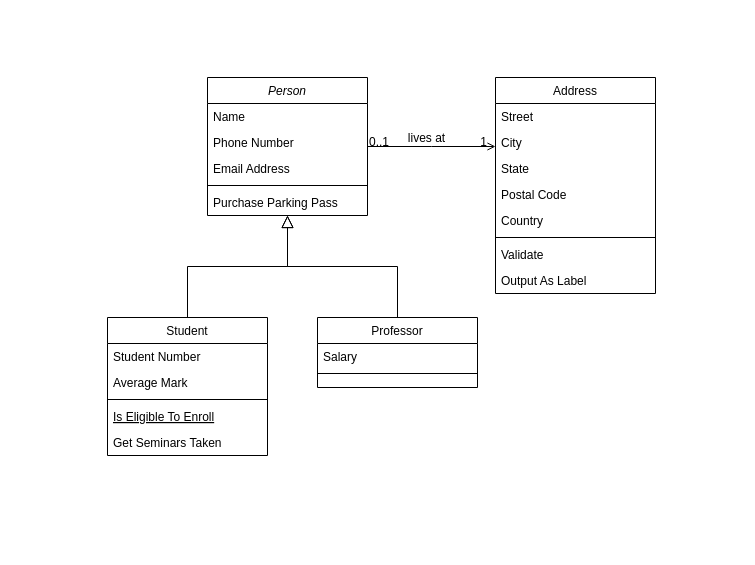
Jregal2023/Python-220 keeps this draw.io diagram as Untitled Diagram.drawio. Above is the earlier version. Source tidied: cells renumbered, new cells numbered last; positions are measured from the earlier drawing's top-left corner, leaving out a move shared by most shapes. Both pictures are drawn from the tidied source at 100%, with x=0, y=0 at pixel (107, 77).
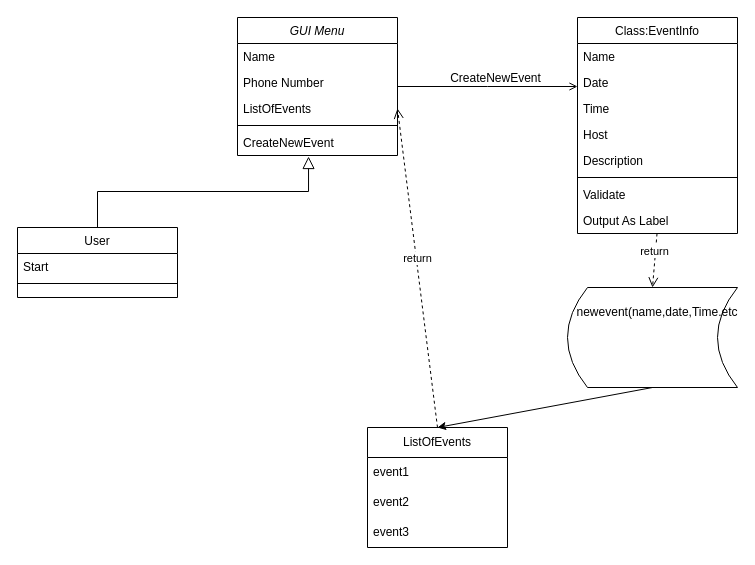
After the change.

The change refers to these unchanged cells:
```xml
<mxCell id="27" value="Output As Label" style="text;align=left;verticalAlign=top;spacingLeft=4;spacingRight=4;overflow=hidden;points=[[0,0.5],[1,0.5]];portConstraint=eastwest;" parent="19" vertex="1">
  <mxGeometry y="190" width="160" height="26" as="geometry" />
</mxCell>
<mxCell id="28" style="endArrow=open;shadow=0;strokeWidth=1;rounded=0;curved=0;endFill=1;edgeStyle=elbowEdgeStyle;elbow=vertical;" parent="1" edge="1" source="2" target="19">
  <mxGeometry x="0.5" y="41" relative="1" as="geometry">
    <mxPoint x="-40" y="32" as="offset" />
  </mxGeometry>
</mxCell>
```

The edit, as a diff of the source:
```diff
@@
-    <mxCell id="2" value="Person" style="swimlane;fontStyle=2;align=center;verticalAlign=top;horizontal=1;startSize=26;rounded=0;shadow=0;strokeWidth=1;" parent="1" vertex="1">
-      <mxGeometry x="100" width="160" height="138" as="geometry" />
+    <mxCell id="2" value="GUI Menu" style="swimlane;fontStyle=2;align=center;verticalAlign=top;horizontal=1;startSize=26;rounded=0;shadow=0;strokeWidth=1;" parent="1" vertex="1">
+      <mxGeometry x="130" y="-60" width="160" height="138" as="geometry" />
     </mxCell>
@@
-    <mxCell id="5" value="Email Address" style="text;align=left;verticalAlign=top;spacingLeft=4;spacingRight=4;overflow=hidden;points=[[0,0.5],[1,0.5]];portConstraint=eastwest;rounded=0;shadow=0;html=0;" parent="2" vertex="1">
+    <mxCell id="5" value="ListOfEvents" style="text;align=left;verticalAlign=top;spacingLeft=4;spacingRight=4;overflow=hidden;points=[[0,0.5],[1,0.5]];portConstraint=eastwest;rounded=0;shadow=0;html=0;" parent="2" vertex="1">
       <mxGeometry y="78" width="160" height="26" as="geometry" />
     </mxCell>
@@
-    <mxCell id="7" value="Purchase Parking Pass" style="text;align=left;verticalAlign=top;spacingLeft=4;spacingRight=4;overflow=hidden;points=[[0,0.5],[1,0.5]];portConstraint=eastwest;" parent="2" vertex="1">
+    <mxCell id="7" value="CreateNewEvent" style="text;align=left;verticalAlign=top;spacingLeft=4;spacingRight=4;overflow=hidden;points=[[0,0.5],[1,0.5]];portConstraint=eastwest;" parent="2" vertex="1">
       <mxGeometry y="112" width="160" height="26" as="geometry" />
     </mxCell>
-    <mxCell id="8" value="Student" style="swimlane;fontStyle=0;align=center;verticalAlign=top;horizontal=1;startSize=26;rounded=0;shadow=0;strokeWidth=1;" parent="1" vertex="1">
-      <mxGeometry y="240" width="160" height="138" as="geometry" />
-    </mxCell>
-    <mxCell id="9" value="Student Number" style="text;align=left;verticalAlign=top;spacingLeft=4;spacingRight=4;overflow=hidden;" parent="8" vertex="1">
-      <mxGeometry y="26" width="160" height="26" as="geometry" />
-    </mxCell>
-    <mxCell id="10" value="Average Mark" style="text;align=left;verticalAlign=top;spacingLeft=4;spacingRight=4;overflow=hidden;rounded=0;shadow=0;html=0;" parent="8" vertex="1">
-      <mxGeometry y="52" width="160" height="26" as="geometry" />
-    </mxCell>
-    <mxCell id="11" style="line;html=1;strokeWidth=1;align=left;verticalAlign=middle;spacingTop=-1;spacingLeft=3;spacingRight=3;labelPosition=right;" parent="8" vertex="1">
-      <mxGeometry y="78" width="160" height="8" as="geometry" />
-    </mxCell>
-    <mxCell id="12" value="Is Eligible To Enroll" style="text;align=left;verticalAlign=top;spacingLeft=4;spacingRight=4;overflow=hidden;fontStyle=4;" parent="8" vertex="1">
-      <mxGeometry y="86" width="160" height="26" as="geometry" />
-    </mxCell>
-    <mxCell id="13" value="Get Seminars Taken" style="text;align=left;verticalAlign=top;spacingLeft=4;spacingRight=4;overflow=hidden;" parent="8" vertex="1">
-      <mxGeometry y="112" width="160" height="26" as="geometry" />
-    </mxCell>
-    <mxCell id="14" style="endArrow=block;endSize=10;endFill=0;shadow=0;strokeWidth=1;rounded=0;curved=0;edgeStyle=elbowEdgeStyle;elbow=vertical;" parent="1" edge="1" source="8" target="2">
-      <mxGeometry relative="1" as="geometry" />
-    </mxCell>
-    <mxCell id="15" value="Professor" style="swimlane;fontStyle=0;align=center;verticalAlign=top;horizontal=1;startSize=26;rounded=0;shadow=0;strokeWidth=1;" parent="1" vertex="1">
-      <mxGeometry x="210" y="240" width="160" height="70" as="geometry" />
+    <mxCell id="15" value="User" style="swimlane;fontStyle=0;align=center;verticalAlign=top;horizontal=1;startSize=26;rounded=0;shadow=0;strokeWidth=1;" parent="1" vertex="1">
+      <mxGeometry x="-90" y="150" width="160" height="70" as="geometry" />
     </mxCell>
-    <mxCell id="16" value="Salary" style="text;align=left;verticalAlign=top;spacingLeft=4;spacingRight=4;overflow=hidden;" parent="15" vertex="1">
+    <mxCell id="16" value="Start" style="text;align=left;verticalAlign=top;spacingLeft=4;spacingRight=4;overflow=hidden;" parent="15" vertex="1">
       <mxGeometry y="26" width="160" height="26" as="geometry" />
     </mxCell>
@@
-    <mxCell id="18" style="endArrow=block;endSize=10;endFill=0;shadow=0;strokeWidth=1;rounded=0;curved=0;edgeStyle=elbowEdgeStyle;elbow=vertical;" parent="1" edge="1" source="15" target="2">
+    <mxCell id="18" style="endArrow=block;endSize=10;endFill=0;shadow=0;strokeWidth=1;rounded=0;curved=0;edgeStyle=elbowEdgeStyle;elbow=vertical;entryX=0.444;entryY=1.038;entryDx=0;entryDy=0;entryPerimeter=0;" parent="1" edge="1" source="15" target="7">
       <mxGeometry relative="1" as="geometry" />
     </mxCell>
-    <mxCell id="19" value="Address" style="swimlane;fontStyle=0;align=center;verticalAlign=top;horizontal=1;startSize=26;rounded=0;shadow=0;strokeWidth=1;" parent="1" vertex="1">
-      <mxGeometry x="388" width="160" height="216" as="geometry" />
+    <mxCell id="19" value="Class:EventInfo" style="swimlane;fontStyle=0;align=center;verticalAlign=top;horizontal=1;startSize=26;rounded=0;shadow=0;strokeWidth=1;" parent="1" vertex="1">
+      <mxGeometry x="470" y="-60" width="160" height="216" as="geometry" />
     </mxCell>
-    <mxCell id="20" value="Street" style="text;align=left;verticalAlign=top;spacingLeft=4;spacingRight=4;overflow=hidden;" parent="19" vertex="1">
+    <mxCell id="20" value="Name" style="text;align=left;verticalAlign=top;spacingLeft=4;spacingRight=4;overflow=hidden;" parent="19" vertex="1">
       <mxGeometry y="26" width="160" height="26" as="geometry" />
     </mxCell>
-    <mxCell id="21" value="City" style="text;align=left;verticalAlign=top;spacingLeft=4;spacingRight=4;overflow=hidden;rounded=0;shadow=0;html=0;" parent="19" vertex="1">
+    <mxCell id="21" value="Date" style="text;align=left;verticalAlign=top;spacingLeft=4;spacingRight=4;overflow=hidden;rounded=0;shadow=0;html=0;" parent="19" vertex="1">
       <mxGeometry y="52" width="160" height="26" as="geometry" />
     </mxCell>
-    <mxCell id="22" value="State" style="text;align=left;verticalAlign=top;spacingLeft=4;spacingRight=4;overflow=hidden;rounded=0;shadow=0;html=0;" parent="19" vertex="1">
+    <mxCell id="22" value="Time" style="text;align=left;verticalAlign=top;spacingLeft=4;spacingRight=4;overflow=hidden;rounded=0;shadow=0;html=0;" parent="19" vertex="1">
       <mxGeometry y="78" width="160" height="26" as="geometry" />
     </mxCell>
-    <mxCell id="23" value="Postal Code" style="text;align=left;verticalAlign=top;spacingLeft=4;spacingRight=4;overflow=hidden;rounded=0;shadow=0;html=0;" parent="19" vertex="1">
+    <mxCell id="23" value="Host" style="text;align=left;verticalAlign=top;spacingLeft=4;spacingRight=4;overflow=hidden;rounded=0;shadow=0;html=0;" parent="19" vertex="1">
       <mxGeometry y="104" width="160" height="26" as="geometry" />
     </mxCell>
-    <mxCell id="24" value="Country" style="text;align=left;verticalAlign=top;spacingLeft=4;spacingRight=4;overflow=hidden;rounded=0;shadow=0;html=0;" parent="19" vertex="1">
+    <mxCell id="24" value="Description" style="text;align=left;verticalAlign=top;spacingLeft=4;spacingRight=4;overflow=hidden;rounded=0;shadow=0;html=0;" parent="19" vertex="1">
       <mxGeometry y="130" width="160" height="26" as="geometry" />
     </mxCell>
@@
-    <mxCell id="29" value="0..1" style="align=left;verticalAlign=bottom;labelBackgroundColor=none;fontSize=12;" parent="28" vertex="1">
+    <mxCell id="29" style="align=left;verticalAlign=bottom;labelBackgroundColor=none;fontSize=12;" parent="28" vertex="1">
       <mxGeometry x="-1" relative="1" as="geometry">
         <mxPoint y="4" as="offset" />
       </mxGeometry>
     </mxCell>
-    <mxCell id="30" value="1" style="align=right;verticalAlign=bottom;labelBackgroundColor=none;fontSize=12;" parent="28" vertex="1">
+    <mxCell id="30" style="align=right;verticalAlign=bottom;labelBackgroundColor=none;fontSize=12;" parent="28" vertex="1">
       <mxGeometry x="1" relative="1" as="geometry">
         <mxPoint x="-7" y="4" as="offset" />
       </mxGeometry>
     </mxCell>
-    <mxCell id="31" value="lives at" style="text;html=1;align=center;verticalAlign=middle;labelBackgroundColor=none;rounded=0;shadow=0;strokeWidth=1;fontSize=12;" parent="28" vertex="1">
+    <mxCell id="31" value="CreateNewEvent" style="text;html=1;align=center;verticalAlign=middle;labelBackgroundColor=none;rounded=0;shadow=0;strokeWidth=1;fontSize=12;" parent="28" vertex="1">
       <mxGeometry x="0.5" y="49" relative="1" as="geometry">
         <mxPoint x="-38" y="40" as="offset" />
       </mxGeometry>
     </mxCell>
+    <mxCell id="32" value="ListOfEvents" style="swimlane;fontStyle=0;horizontal=1;startSize=30;whiteSpace=wrap;html=1;" parent="1" vertex="1">
+      <mxGeometry x="260" y="350" width="140" height="120" as="geometry" />
+    </mxCell>
+    <mxCell id="33" value="event1" style="text;strokeColor=none;fillColor=none;align=left;verticalAlign=middle;spacingLeft=4;spacingRight=4;overflow=hidden;whiteSpace=wrap;html=1;" parent="32" vertex="1">
+      <mxGeometry y="30" width="140" height="30" as="geometry" />
+    </mxCell>
+    <mxCell id="34" value="event2" style="text;strokeColor=none;fillColor=none;align=left;verticalAlign=middle;spacingLeft=4;spacingRight=4;overflow=hidden;whiteSpace=wrap;html=1;" parent="32" vertex="1">
+      <mxGeometry y="60" width="140" height="30" as="geometry" />
+    </mxCell>
+    <mxCell id="35" value="event3" style="text;strokeColor=none;fillColor=none;align=left;verticalAlign=middle;spacingLeft=4;spacingRight=4;overflow=hidden;whiteSpace=wrap;html=1;" parent="32" vertex="1">
+      <mxGeometry y="90" width="140" height="30" as="geometry" />
+    </mxCell>
+    <mxCell id="36" style="endArrow=classic;html=1;rounded=0;entryX=0.5;entryY=0;entryDx=0;entryDy=0;exitX=0.5;exitY=1;exitDx=0;exitDy=0;" parent="1" edge="1" source="37" target="32">
+      <mxGeometry relative="1" as="geometry" />
+    </mxCell>
+    <mxCell id="37" style="shape=dataStorage;whiteSpace=wrap;html=1;fixedSize=1;" parent="1" vertex="1">
+      <mxGeometry x="460" y="210" width="170" height="100" as="geometry" />
+    </mxCell>
+    <mxCell id="38" value="newevent(name,date,Time.etc" style="text;html=1;align=center;verticalAlign=middle;whiteSpace=wrap;rounded=0;" parent="1" vertex="1">
+      <mxGeometry x="520" y="220" width="60" height="30" as="geometry" />
+    </mxCell>
+    <mxCell id="39" value="return" style="html=1;verticalAlign=bottom;endArrow=open;dashed=1;endSize=8;curved=0;rounded=0;exitX=0.497;exitY=1;exitDx=0;exitDy=0;exitPerimeter=0;entryX=0.5;entryY=0;entryDx=0;entryDy=0;" parent="1" edge="1" source="27" target="37">
+      <mxGeometry relative="1" as="geometry" />
+    </mxCell>
+    <mxCell id="40" value="return" style="html=1;verticalAlign=bottom;endArrow=open;dashed=1;endSize=8;curved=0;rounded=0;entryX=1;entryY=0.5;entryDx=0;entryDy=0;exitX=0.5;exitY=0;exitDx=0;exitDy=0;" parent="1" edge="1" source="32" target="5">
+      <mxGeometry relative="1" as="geometry" />
+    </mxCell>
```
